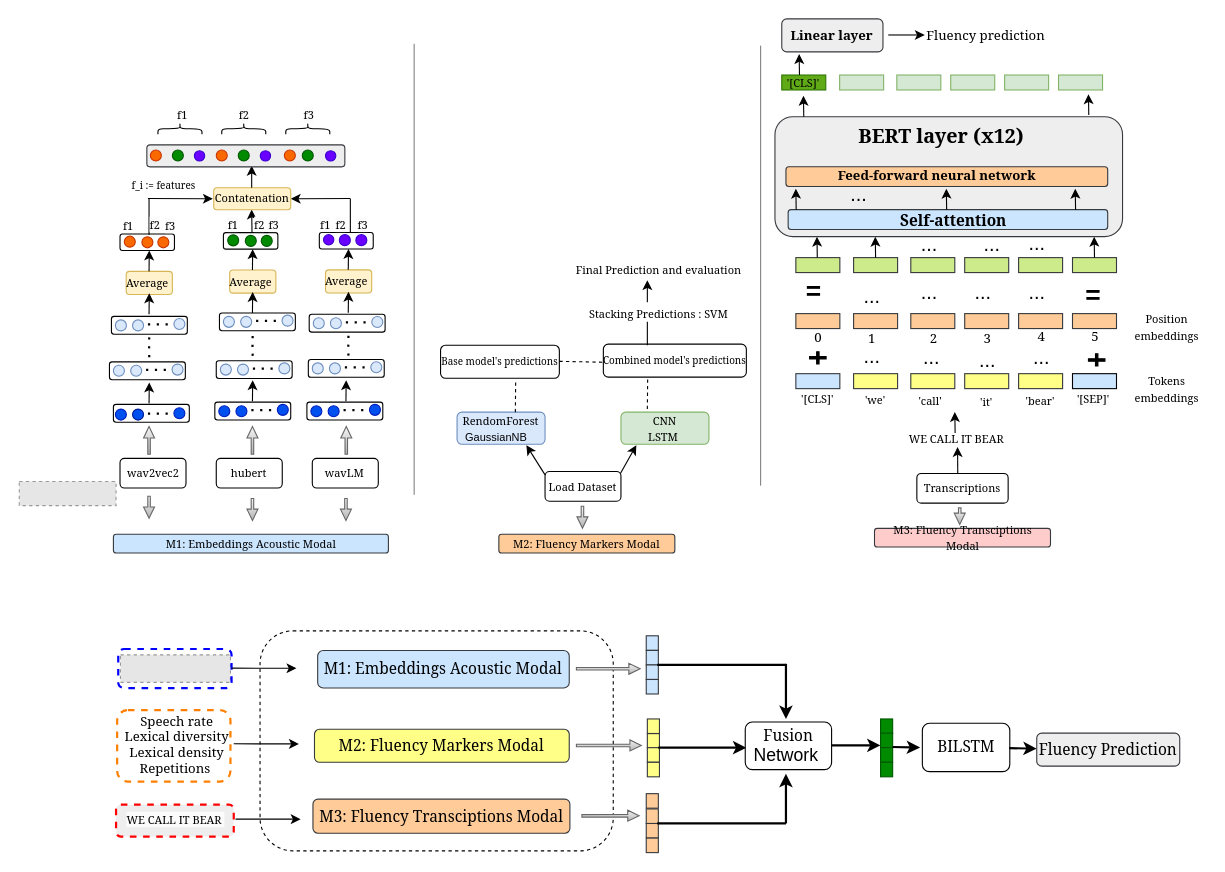
papasega/Applied-Deep-Learning keeps this draw.io diagram as Trimodal_Fluency_sslmodel.drawio. Above is the earlier version. Source tidied: cells renumbered, new cells numbered last; positions are measured from the earlier drawing's top-left corner, leaving out a move shared by most shapes. Both pictures are drawn from the tidied source at 110%, with x=0, y=0 at pixel (19, 19). Pictures stored in the file or linked from it are replaced by grey dashed boxes.
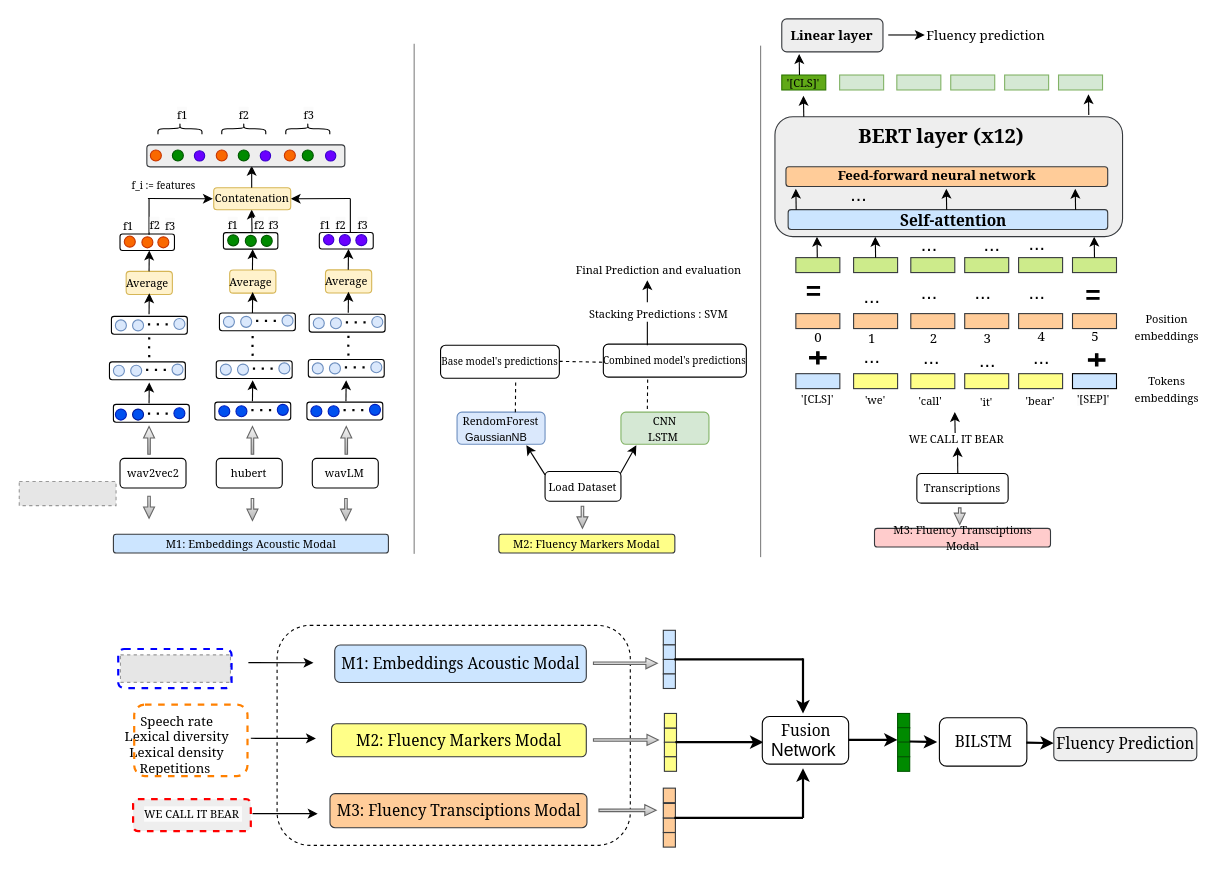
The same diagram, later.

Commit message (it also covers changes not shown here):
Mettre à jour Trimodal_Fluency_sslmodel.drawio

The edit, as a diff of the source:
```diff
@@
-    <mxCell id="118" value="&lt;font style=&quot;font-size: 10px;&quot; face=&quot;Georgia&quot;&gt;M2: Fluency Markers Modal&lt;/font&gt;" style="rounded=1;whiteSpace=wrap;html=1;fillColor=#ffcc99;strokeColor=#36393d;" parent="1" vertex="1">
+    <mxCell id="118" value="&lt;font style=&quot;font-size: 10px;&quot; face=&quot;Georgia&quot;&gt;M2: Fluency Markers Modal&lt;/font&gt;" style="rounded=1;whiteSpace=wrap;html=1;fillColor=#ffff88;strokeColor=#36393d;" parent="1" vertex="1">
       <mxGeometry x="436" y="468.2" width="160" height="17" as="geometry" />
     </mxCell>
     <mxCell id="119" style="endArrow=none;html=1;rounded=0;strokeWidth=0.5;" parent="1" edge="1">
       <mxGeometry relative="1" as="geometry">
-        <mxPoint x="359" y="432.3" as="sourcePoint" />
+        <mxPoint x="359" y="486" as="sourcePoint" />
         <mxPoint x="359" y="22.3" as="targetPoint" />
       </mxGeometry>
     </mxCell>
@@
     <mxCell id="135" style="endArrow=none;html=1;rounded=0;strokeWidth=0.5;" parent="1" edge="1">
       <mxGeometry relative="1" as="geometry">
-        <mxPoint x="674" y="424" as="sourcePoint" />
+        <mxPoint x="674" y="489" as="sourcePoint" />
         <mxPoint x="674" y="24" as="targetPoint" />
       </mxGeometry>
     </mxCell>
@@
     <mxCell id="218" style="rounded=1;whiteSpace=wrap;html=1;dashed=1;fillColor=none;strokeWidth=1;" parent="1" vertex="1">
-      <mxGeometry x="218.9" y="556" width="321.1" height="200" as="geometry" />
+      <mxGeometry x="234.4" y="551" width="321.1" height="200" as="geometry" />
     </mxCell>
     <mxCell id="219" style="endArrow=classic;html=1;rounded=0;" parent="1" edge="1">
       <mxGeometry relative="1" as="geometry">
-        <mxPoint x="192.8" y="589.9" as="sourcePoint" />
-        <mxPoint x="252" y="590" as="targetPoint" />
+        <mxPoint x="208.3" y="584.9" as="sourcePoint" />
+        <mxPoint x="267.5" y="585" as="targetPoint" />
         <Array as="points">
-          <mxPoint x="193.1" y="590.2" />
+          <mxPoint x="208.6" y="585.2" />
         </Array>
       </mxGeometry>
     </mxCell>
     <mxCell id="220" style="rounded=1;whiteSpace=wrap;html=1;fillColor=none;dashed=1;strokeWidth=2;strokeColor=#FF8000;" parent="1" vertex="1">
-      <mxGeometry x="89" y="628" width="103" height="65" as="geometry" />
+      <mxGeometry x="104.5" y="623" width="103" height="65" as="geometry" />
     </mxCell>
@@
     <mxCell id="222" style="endArrow=classic;html=1;rounded=0;" parent="1" edge="1">
       <mxGeometry relative="1" as="geometry">
-        <mxPoint x="195" y="658.7" as="sourcePoint" />
-        <mxPoint x="254.2" y="658.8" as="targetPoint" />
+        <mxPoint x="210.5" y="653.7" as="sourcePoint" />
+        <mxPoint x="269.7" y="653.8" as="targetPoint" />
         <Array as="points">
-          <mxPoint x="195.2" y="659" />
+          <mxPoint x="210.7" y="654" />
         </Array>
       </mxGeometry>
     </mxCell>
     <mxCell id="223" style="endArrow=classic;html=1;rounded=0;" parent="1" edge="1">
       <mxGeometry relative="1" as="geometry">
-        <mxPoint x="196.6" y="727.2" as="sourcePoint" />
-        <mxPoint x="255.8" y="727.2" as="targetPoint" />
+        <mxPoint x="212.1" y="722.2" as="sourcePoint" />
+        <mxPoint x="271.3" y="722.2" as="targetPoint" />
         <Array as="points">
-          <mxPoint x="196.9" y="727.5" />
+          <mxPoint x="212.4" y="722.5" />
         </Array>
       </mxGeometry>
     </mxCell>
     <mxCell id="224" style="rounded=1;whiteSpace=wrap;html=1;dashed=1;fillColor=#eeeeee;strokeWidth=2;strokeColor=#FF0000;" parent="1" vertex="1">
-      <mxGeometry x="88" y="714" width="107" height="29" as="geometry" />
+      <mxGeometry x="103.5" y="709" width="107" height="29" as="geometry" />
     </mxCell>
     <mxCell id="225" value="&lt;span style=&quot;color: rgb(0, 0, 0); font-family: Georgia; font-size: 10px; font-style: normal; font-variant-ligatures: normal; font-variant-caps: normal; font-weight: 400; letter-spacing: normal; orphans: 2; text-align: center; text-indent: 0px; text-transform: none; widows: 2; word-spacing: 0px; -webkit-text-stroke-width: 0px; white-space: normal; background-color: rgb(251, 251, 251); text-decoration-thickness: initial; text-decoration-style: initial; text-decoration-color: initial; display: inline !important; float: none;&quot;&gt;WE CALL IT BEAR&amp;nbsp;&lt;/span&gt;" style="text;whiteSpace=wrap;html=1;strokeWidth=2;" parent="1" vertex="1">
-      <mxGeometry x="96" y="714" width="97" height="24" as="geometry" />
+      <mxGeometry x="111.5" y="709" width="97" height="24" as="geometry" />
     </mxCell>
     <mxCell id="226" style="shape=flexArrow;endArrow=classic;html=1;rounded=0;startSize=2;endSize=3.108571428571429;targetPerimeterSpacing=0;sourcePerimeterSpacing=0;strokeWidth=1;fillColor=#f5f5f5;width=2.2857142857142856;endWidth=6.6938775510204085;strokeColor=#666666;gradientColor=#b3b3b3;" parent="1" edge="1">
       <mxGeometry relative="1" as="geometry">
-        <mxPoint x="506" y="590.5" as="sourcePoint" />
-        <mxPoint x="565" y="590.5" as="targetPoint" />
+        <mxPoint x="521.5" y="585.5" as="sourcePoint" />
+        <mxPoint x="580.5" y="585.5" as="targetPoint" />
       </mxGeometry>
     </mxCell>
     <mxCell id="227" style="shape=flexArrow;endArrow=classic;html=1;rounded=0;startSize=2;endSize=3.108571428571429;targetPerimeterSpacing=0;sourcePerimeterSpacing=0;strokeWidth=1;fillColor=#f5f5f5;width=2.2857142857142856;endWidth=6.6938775510204085;strokeColor=#666666;gradientColor=#b3b3b3;" parent="1" edge="1">
       <mxGeometry relative="1" as="geometry">
-        <mxPoint x="506" y="660.2" as="sourcePoint" />
-        <mxPoint x="566" y="660.2" as="targetPoint" />
+        <mxPoint x="521.5" y="655.2" as="sourcePoint" />
+        <mxPoint x="581.5" y="655.2" as="targetPoint" />
       </mxGeometry>
     </mxCell>
     <mxCell id="228" style="shape=flexArrow;endArrow=classic;html=1;rounded=0;startSize=2;endSize=3.108571428571429;targetPerimeterSpacing=0;sourcePerimeterSpacing=0;strokeWidth=1;fillColor=#f5f5f5;width=2.2857142857142856;endWidth=6.6938775510204085;strokeColor=#666666;gradientColor=#b3b3b3;" parent="1" edge="1">
       <mxGeometry relative="1" as="geometry">
-        <mxPoint x="511" y="724.2" as="sourcePoint" />
-        <mxPoint x="564" y="724" as="targetPoint" />
+        <mxPoint x="526.5" y="719.2" as="sourcePoint" />
+        <mxPoint x="579.5" y="719" as="targetPoint" />
       </mxGeometry>
     </mxCell>
     <mxCell id="229" value="&lt;font style=&quot;font-size: 14px;&quot; face=&quot;Georgia&quot;&gt;M1: Embeddings Acoustic Modal&lt;/font&gt;" style="rounded=1;whiteSpace=wrap;html=1;fillColor=#cce5ff;strokeColor=#36393d;" parent="1" vertex="1">
-      <mxGeometry x="271.3" y="573.8" width="228.7" height="34.2" as="geometry" />
+      <mxGeometry x="286.8" y="568.8" width="228.7" height="34.2" as="geometry" />
     </mxCell>
     <mxCell id="230" value="&lt;font style=&quot;font-size: 14px;&quot; face=&quot;Georgia&quot;&gt;M2: Fluency Markers Modal&lt;/font&gt;" style="rounded=1;whiteSpace=wrap;html=1;fillColor=#ffff88;strokeColor=#36393d;" parent="1" vertex="1">
-      <mxGeometry x="268.4" y="645.5" width="231.6" height="30" as="geometry" />
+      <mxGeometry x="283.9" y="640.5" width="231.6" height="30" as="geometry" />
     </mxCell>
     <mxCell id="231" value="&lt;font style=&quot;font-size: 14px;&quot; face=&quot;Georgia&quot;&gt;M3: Fluency Transciptions Modal&lt;/font&gt;" style="rounded=1;whiteSpace=wrap;html=1;fillColor=#ffcc99;strokeColor=#36393d;" parent="1" vertex="1">
-      <mxGeometry x="267" y="709" width="233.6" height="31" as="geometry" />
+      <mxGeometry x="282.5" y="704" width="233.6" height="31" as="geometry" />
     </mxCell>
     <mxCell id="232" style="rounded=0;whiteSpace=wrap;html=1;fillColor=#cce5ff;strokeColor=#36393d;" parent="1" vertex="1">
-      <mxGeometry x="570" y="560.5" width="11" height="13.2" as="geometry" />
+      <mxGeometry x="585.5" y="555.5" width="11" height="13.2" as="geometry" />
     </mxCell>
     <mxCell id="233" style="rounded=0;whiteSpace=wrap;html=1;fillColor=#cce5ff;strokeColor=#36393d;" parent="1" vertex="1">
-      <mxGeometry x="570" y="573.8" width="11" height="13.2" as="geometry" />
+      <mxGeometry x="585.5" y="568.8" width="11" height="13.2" as="geometry" />
     </mxCell>
     <mxCell id="234" style="rounded=0;whiteSpace=wrap;html=1;fillColor=#cce5ff;strokeColor=#36393d;" parent="1" vertex="1">
-      <mxGeometry x="570" y="587" width="11" height="13.2" as="geometry" />
+      <mxGeometry x="585.5" y="582" width="11" height="13.2" as="geometry" />
     </mxCell>
     <mxCell id="235" style="rounded=0;whiteSpace=wrap;html=1;fillColor=#cce5ff;strokeColor=#36393d;" parent="1" vertex="1">
-      <mxGeometry x="570" y="600.2" width="11" height="13.2" as="geometry" />
+      <mxGeometry x="585.5" y="595.2" width="11" height="13.2" as="geometry" />
     </mxCell>
     <mxCell id="236" style="rounded=0;whiteSpace=wrap;html=1;fillColor=#ffff88;strokeColor=#36393d;" parent="1" vertex="1">
-      <mxGeometry x="571" y="649.4" width="11" height="13.2" as="geometry" />
+      <mxGeometry x="586.5" y="644.4" width="11" height="13.2" as="geometry" />
     </mxCell>
     <mxCell id="237" style="rounded=0;whiteSpace=wrap;html=1;fillColor=#ffff88;strokeColor=#36393d;" parent="1" vertex="1">
-      <mxGeometry x="571" y="662.2" width="11" height="13.2" as="geometry" />
+      <mxGeometry x="586.5" y="657.2" width="11" height="13.2" as="geometry" />
     </mxCell>
     <mxCell id="238" style="rounded=0;whiteSpace=wrap;html=1;fillColor=#ffff88;strokeColor=#36393d;" parent="1" vertex="1">
-      <mxGeometry x="571" y="675.5" width="11" height="13.2" as="geometry" />
+      <mxGeometry x="586.5" y="670.5" width="11" height="13.2" as="geometry" />
     </mxCell>
     <mxCell id="239" style="rounded=0;whiteSpace=wrap;html=1;fillColor=#ffff88;strokeColor=#36393d;" parent="1" vertex="1">
-      <mxGeometry x="571" y="636.1" width="11" height="13.2" as="geometry" />
+      <mxGeometry x="586.5" y="631.1" width="11" height="13.2" as="geometry" />
     </mxCell>
     <mxCell id="240" style="rounded=0;whiteSpace=wrap;html=1;fillColor=#ffcc99;strokeColor=#36393d;" parent="1" vertex="1">
-      <mxGeometry x="570" y="731.1" width="11" height="13.2" as="geometry" />
+      <mxGeometry x="585.5" y="726.1" width="11" height="13.2" as="geometry" />
     </mxCell>
     <mxCell id="241" style="rounded=0;whiteSpace=wrap;html=1;fillColor=#ffcc99;strokeColor=#36393d;" parent="1" vertex="1">
-      <mxGeometry x="570" y="744.4" width="11" height="13.2" as="geometry" />
+      <mxGeometry x="585.5" y="739.4" width="11" height="13.2" as="geometry" />
     </mxCell>
     <mxCell id="242" style="rounded=0;whiteSpace=wrap;html=1;fillColor=#ffcc99;strokeColor=#36393d;" parent="1" vertex="1">
-      <mxGeometry x="570" y="704" width="11" height="13.2" as="geometry" />
+      <mxGeometry x="585.5" y="699" width="11" height="13.2" as="geometry" />
     </mxCell>
     <mxCell id="243" style="rounded=0;whiteSpace=wrap;html=1;fillColor=#ffcc99;strokeColor=#36393d;" parent="1" vertex="1">
-      <mxGeometry x="570" y="717.9" width="11" height="13.2" as="geometry" />
+      <mxGeometry x="585.5" y="712.9" width="11" height="13.2" as="geometry" />
     </mxCell>
     <mxCell id="244" style="endArrow=none;html=1;rounded=0;strokeWidth=2;" parent="1" edge="1">
       <mxGeometry relative="1" as="geometry">
-        <mxPoint x="580" y="587" as="sourcePoint" />
-        <mxPoint x="697" y="587" as="targetPoint" />
+        <mxPoint x="595.5" y="582" as="sourcePoint" />
+        <mxPoint x="712.5" y="582" as="targetPoint" />
       </mxGeometry>
     </mxCell>
     <mxCell id="245" style="endArrow=none;html=1;rounded=0;strokeWidth=2;" parent="1" edge="1">
       <mxGeometry relative="1" as="geometry">
-        <mxPoint x="580" y="731.1" as="sourcePoint" />
-        <mxPoint x="697" y="731.1" as="targetPoint" />
+        <mxPoint x="595.5" y="726.1" as="sourcePoint" />
+        <mxPoint x="712.5" y="726.1" as="targetPoint" />
       </mxGeometry>
     </mxCell>
     <mxCell id="246" style="endArrow=classic;html=1;rounded=0;strokeWidth=2;" parent="1" edge="1">
       <mxGeometry relative="1" as="geometry">
-        <mxPoint x="581" y="662.2" as="sourcePoint" />
-        <mxPoint x="661" y="662.2" as="targetPoint" />
+        <mxPoint x="596.5" y="657.2" as="sourcePoint" />
+        <mxPoint x="676.5" y="657.2" as="targetPoint" />
       </mxGeometry>
     </mxCell>
     <mxCell id="247" value="&lt;font face=&quot;Georgia&quot; style=&quot;font-size: 14px;&quot;&gt;Fusion&lt;/font&gt;&lt;div&gt;&lt;font face=&quot;KW7sAYILyFHi5LCFHPS0&quot; size=&quot;3&quot;&gt;Network&amp;nbsp;&lt;/font&gt;&lt;/div&gt;" style="rounded=1;whiteSpace=wrap;html=1;" parent="1" vertex="1">
-      <mxGeometry x="660" y="638.8" width="78.5" height="43.4" as="geometry" />
+      <mxGeometry x="675.5" y="633.8" width="78.5" height="43.4" as="geometry" />
     </mxCell>
     <mxCell id="248" style="endArrow=classic;html=1;rounded=0;strokeWidth=2;" parent="1" edge="1">
       <mxGeometry relative="1" as="geometry">
-        <mxPoint x="697" y="731.1" as="sourcePoint" />
-        <mxPoint x="697" y="686" as="targetPoint" />
+        <mxPoint x="712.5" y="726.1" as="sourcePoint" />
+        <mxPoint x="712.5" y="681" as="targetPoint" />
       </mxGeometry>
     </mxCell>
     <mxCell id="249" style="endArrow=classic;html=1;rounded=0;strokeWidth=2;" parent="1" edge="1">
       <mxGeometry relative="1" as="geometry">
-        <mxPoint x="697" y="586" as="sourcePoint" />
-        <mxPoint x="697" y="636.1" as="targetPoint" />
+        <mxPoint x="712.5" y="581" as="sourcePoint" />
+        <mxPoint x="712.5" y="631.1" as="targetPoint" />
       </mxGeometry>
     </mxCell>
     <mxCell id="250" style="endArrow=classic;html=1;rounded=0;strokeWidth=2;entryX=0;entryY=0.842;entryDx=0;entryDy=0;entryPerimeter=0;" parent="1" edge="1" target="252">
       <mxGeometry relative="1" as="geometry">
-        <mxPoint x="738.5" y="660.2" as="sourcePoint" />
+        <mxPoint x="754" y="655.2" as="sourcePoint" />
       </mxGeometry>
     </mxCell>
     <mxCell id="251" style="rounded=0;whiteSpace=wrap;html=1;fillColor=#008a00;strokeColor=#005700;fontColor=#ffffff;" parent="1" vertex="1">
-      <mxGeometry x="783" y="636.1" width="11" height="13.2" as="geometry" />
+      <mxGeometry x="798.5" y="631.1" width="11" height="13.2" as="geometry" />
     </mxCell>
     <mxCell id="252" style="rounded=0;whiteSpace=wrap;html=1;fillColor=#008a00;strokeColor=#005700;fontColor=#ffffff;" parent="1" vertex="1">
-      <mxGeometry x="783" y="649" width="11" height="13.2" as="geometry" />
+      <mxGeometry x="798.5" y="644" width="11" height="13.2" as="geometry" />
     </mxCell>
     <mxCell id="253" style="rounded=0;whiteSpace=wrap;html=1;fillColor=#008a00;strokeColor=#005700;fontColor=#ffffff;" parent="1" vertex="1">
-      <mxGeometry x="783" y="662.2" width="11" height="13.2" as="geometry" />
+      <mxGeometry x="798.5" y="657.2" width="11" height="13.2" as="geometry" />
     </mxCell>
     <mxCell id="254" style="rounded=0;whiteSpace=wrap;html=1;fillColor=#008a00;strokeColor=#005700;fontColor=#ffffff;" parent="1" vertex="1">
-      <mxGeometry x="783" y="675.5" width="11" height="13.2" as="geometry" />
+      <mxGeometry x="798.5" y="670.5" width="11" height="13.2" as="geometry" />
     </mxCell>
     <mxCell id="255" style="endArrow=classic;html=1;rounded=0;strokeWidth=2;" parent="1" edge="1">
       <mxGeometry relative="1" as="geometry">
-        <mxPoint x="794" y="661.6" as="sourcePoint" />
-        <mxPoint x="819" y="662" as="targetPoint" />
+        <mxPoint x="809.5" y="656.6" as="sourcePoint" />
+        <mxPoint x="834.5" y="657" as="targetPoint" />
       </mxGeometry>
     </mxCell>
     <mxCell id="256" value="&lt;font style=&quot;font-size: 14px;&quot; face=&quot;Georgia&quot;&gt;BILSTM&lt;/font&gt;" style="rounded=1;whiteSpace=wrap;html=1;" parent="1" vertex="1">
-      <mxGeometry x="821" y="640" width="79.5" height="44" as="geometry" />
+      <mxGeometry x="836.5" y="635" width="79.5" height="44" as="geometry" />
     </mxCell>
     <mxCell id="257" style="endArrow=classic;html=1;rounded=0;strokeWidth=2;" parent="1" edge="1">
       <mxGeometry relative="1" as="geometry">
-        <mxPoint x="900" y="662.6" as="sourcePoint" />
-        <mxPoint x="925" y="663.1" as="targetPoint" />
+        <mxPoint x="915.5" y="657.6" as="sourcePoint" />
+        <mxPoint x="940.5" y="658.1" as="targetPoint" />
       </mxGeometry>
     </mxCell>
     <mxCell id="258" value="&lt;font style=&quot;font-size: 14px;&quot; face=&quot;Georgia&quot;&gt;Fluency Prediction&lt;/font&gt;" style="rounded=1;whiteSpace=wrap;html=1;fillColor=#eeeeee;strokeColor=#36393d;" parent="1" vertex="1">
-      <mxGeometry x="925" y="649" width="130" height="30" as="geometry" />
+      <mxGeometry x="940.5" y="644" width="130" height="30" as="geometry" />
     </mxCell>
```
